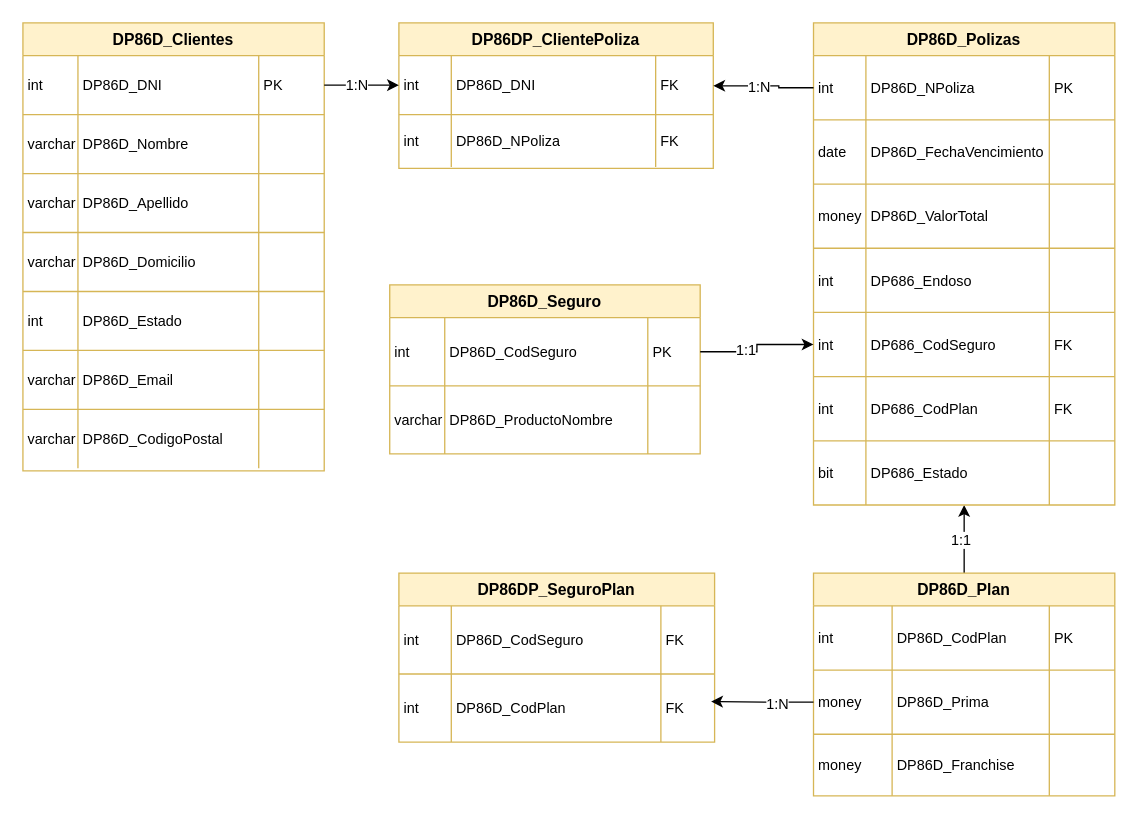
Danunu04/Proyects keeps this draw.io diagram as page "Modificar contratacion" (3 of 15) of Ing. SW/Ing. SW/DER/DER.drawio. Above is the earlier version. Source tidied: cells renumbered, new cells numbered last; positions are measured from the earlier drawing's top-left corner, leaving out a move shared by most shapes. Both pictures are drawn from the tidied source at 131%, with x=0, y=0 at pixel (22, 22).
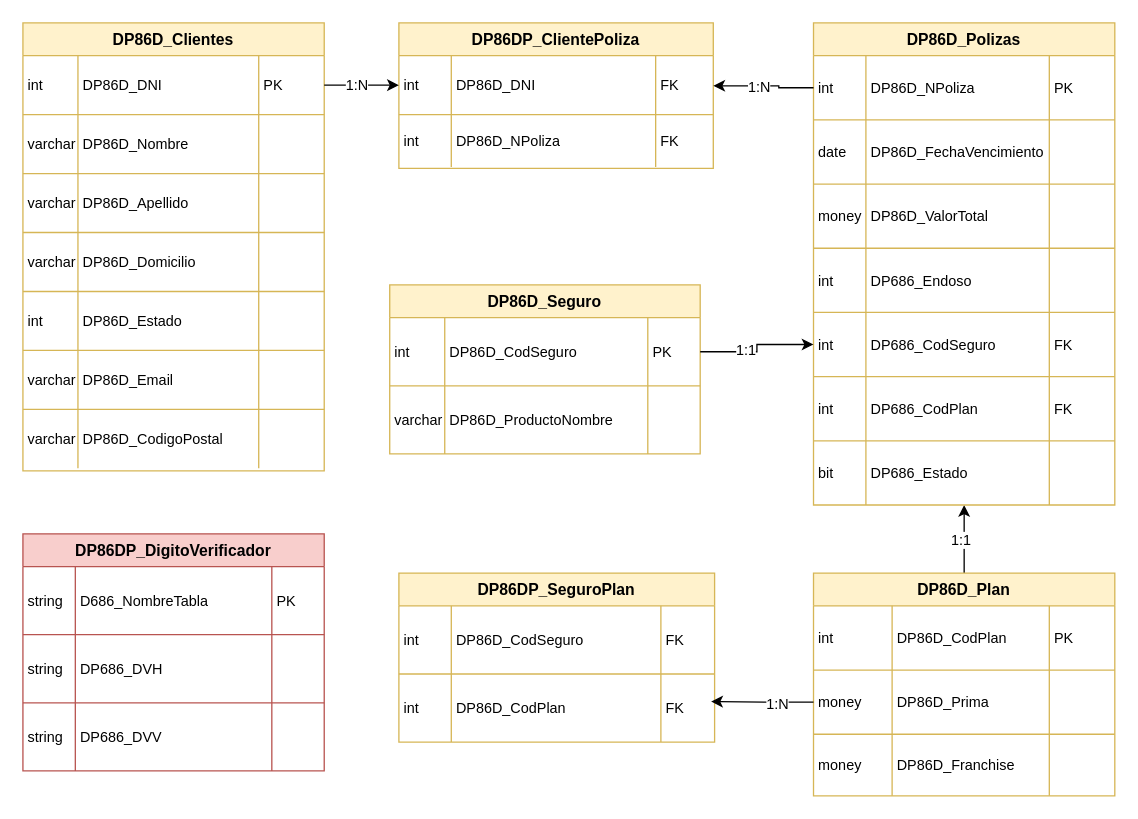
The same page after the edit.

Change to the diagram source:
```diff
@@
+    <mxCell id="110" value="DP86DP_DigitoVerificador" style="shape=table;startSize=25;childLayout=tableLayout;rowLines=1;fontStyle=1;align=center;fillColor=#f8cecc;strokeColor=#b85450;" parent="1" vertex="1">
+      <mxGeometry y="390" width="230" height="181" as="geometry" />
+    </mxCell>
+    <mxCell id="111" style="shape=tableRow;horizontal=0;startSize=0;swimlaneHead=0;swimlaneBody=0;fillColor=none;top=0;left=0;right=0;bottom=0;" parent="110" vertex="1">
+      <mxGeometry y="25" width="230" height="52" as="geometry" />
+    </mxCell>
+    <mxCell id="112" value="string" style="shape=partialRectangle;fillColor=none;top=0;left=0;bottom=0;right=0;align=left;spacingLeft=2;overflow=hidden;fontSize=11;" parent="111" vertex="1">
+      <mxGeometry width="40" height="52" as="geometry" />
+    </mxCell>
+    <mxCell id="113" value="D686_NombreTabla" style="shape=partialRectangle;fillColor=none;top=0;left=0;bottom=0;right=0;align=left;spacingLeft=2;overflow=hidden;fontSize=11;" parent="111" vertex="1">
+      <mxGeometry x="40" width="150" height="52" as="geometry" />
+    </mxCell>
+    <mxCell id="114" value="PK" style="shape=partialRectangle;fillColor=none;top=0;left=0;bottom=0;right=0;align=left;spacingLeft=2;overflow=hidden;fontSize=11;" parent="111" vertex="1">
+      <mxGeometry x="190" width="40" height="52" as="geometry" />
+    </mxCell>
+    <mxCell id="115" style="shape=tableRow;horizontal=0;startSize=0;swimlaneHead=0;swimlaneBody=0;fillColor=none;top=0;left=0;right=0;bottom=0;" parent="110" vertex="1">
+      <mxGeometry y="77" width="230" height="52" as="geometry" />
+    </mxCell>
+    <mxCell id="116" value="string" style="shape=partialRectangle;fillColor=none;top=0;left=0;bottom=0;right=0;align=left;spacingLeft=2;overflow=hidden;fontSize=11;" parent="115" vertex="1">
+      <mxGeometry width="40" height="52" as="geometry" />
+    </mxCell>
+    <mxCell id="117" value="DP686_DVH" style="shape=partialRectangle;fillColor=none;top=0;left=0;bottom=0;right=0;align=left;spacingLeft=2;overflow=hidden;fontSize=11;" parent="115" vertex="1">
+      <mxGeometry x="40" width="150" height="52" as="geometry" />
+    </mxCell>
+    <mxCell id="118" style="shape=partialRectangle;fillColor=none;top=0;left=0;bottom=0;right=0;align=left;spacingLeft=2;overflow=hidden;fontSize=11;" parent="115" vertex="1">
+      <mxGeometry x="190" width="40" height="52" as="geometry" />
+    </mxCell>
+    <mxCell id="119" style="shape=tableRow;horizontal=0;startSize=0;swimlaneHead=0;swimlaneBody=0;fillColor=none;top=0;left=0;right=0;bottom=0;" parent="110" vertex="1">
+      <mxGeometry y="129" width="230" height="52" as="geometry" />
+    </mxCell>
+    <mxCell id="120" value="string" style="shape=partialRectangle;fillColor=none;top=0;left=0;bottom=0;right=0;align=left;spacingLeft=2;overflow=hidden;fontSize=11;" parent="119" vertex="1">
+      <mxGeometry width="40" height="52" as="geometry" />
+    </mxCell>
+    <mxCell id="121" value="DP686_DVV" style="shape=partialRectangle;fillColor=none;top=0;left=0;bottom=0;right=0;align=left;spacingLeft=2;overflow=hidden;fontSize=11;" parent="119" vertex="1">
+      <mxGeometry x="40" width="150" height="52" as="geometry" />
+    </mxCell>
+    <mxCell id="122" style="shape=partialRectangle;fillColor=none;top=0;left=0;bottom=0;right=0;align=left;spacingLeft=2;overflow=hidden;fontSize=11;" parent="119" vertex="1">
+      <mxGeometry x="190" width="40" height="52" as="geometry" />
+    </mxCell>
```
